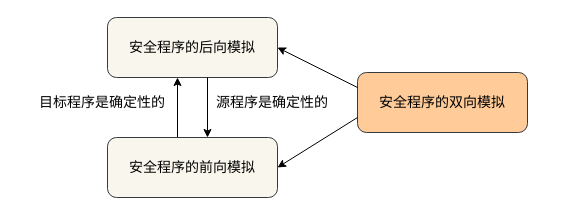
The draw.io diagram thesis/relation.drawio in ABigDoge/MyDiagrams, before the edit. Source tidied: cells renumbered, new cells numbered last; positions are measured from the earlier drawing's top-left corner, leaving out a move shared by most shapes. Both pictures are drawn from the tidied source at 100%, with x=0, y=0 at pixel (37, 17).
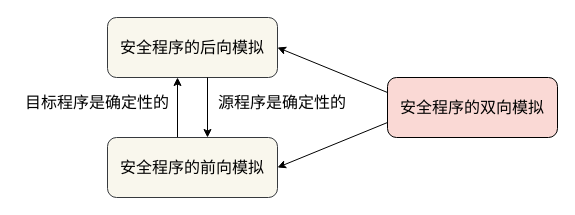
The same page after the edit.

Diff of the diagram source:
```diff
@@
 <mxGraphModel>
   <root>
     <mxCell id="0" />
     <mxCell id="1" parent="0" />
     <mxCell id="2" style="shape=connector;rounded=0;orthogonalLoop=1;jettySize=auto;html=1;labelBackgroundColor=default;strokeColor=default;align=center;verticalAlign=middle;fontFamily=Helvetica;fontSize=11;fontColor=default;endArrow=classic;" parent="1" edge="1">
       <mxGeometry relative="1" as="geometry">
         <mxPoint x="140" y="120" as="sourcePoint" />
         <mxPoint x="140" y="60" as="targetPoint" />
       </mxGeometry>
     </mxCell>
-    <mxCell id="3" value="&lt;font style=&quot;font-size: 14px;&quot;&gt;安全程序的前向模拟&lt;/font&gt;" style="rounded=1;whiteSpace=wrap;html=1;fillColor=#f9f7ed;strokeColor=#36393d;" parent="1" vertex="1">
+    <mxCell id="3" value="&lt;font style=&quot;font-size: 16px;&quot;&gt;安全程序的前向模拟&lt;/font&gt;" style="rounded=1;whiteSpace=wrap;html=1;fillColor=#f9f7ed;strokeColor=#36393d;" parent="1" vertex="1">
       <mxGeometry x="70" y="120" width="170" height="60" as="geometry" />
     </mxCell>
-    <mxCell id="4" value="&lt;font style=&quot;font-size: 14px;&quot;&gt;安全程序的后向模拟&lt;/font&gt;" style="rounded=1;whiteSpace=wrap;html=1;fillColor=#f9f7ed;strokeColor=#36393d;" parent="1" vertex="1">
+    <mxCell id="4" value="&lt;font style=&quot;font-size: 16px;&quot;&gt;安全程序的后向模拟&lt;/font&gt;" style="rounded=1;whiteSpace=wrap;html=1;fillColor=#f9f7ed;strokeColor=#36393d;" parent="1" vertex="1">
       <mxGeometry x="70" width="170" height="60" as="geometry" />
     </mxCell>
     <mxCell id="5" style="shape=connector;rounded=0;orthogonalLoop=1;jettySize=auto;html=1;labelBackgroundColor=default;strokeColor=default;align=center;verticalAlign=middle;fontFamily=Helvetica;fontSize=11;fontColor=default;endArrow=classic;" parent="1" edge="1">
       <mxGeometry relative="1" as="geometry">
         <mxPoint x="170" y="60" as="sourcePoint" />
         <mxPoint x="170" y="120" as="targetPoint" />
       </mxGeometry>
     </mxCell>
-    <mxCell id="6" value="&lt;font style=&quot;font-size: 14px;&quot;&gt;源程序是确定性的&lt;/font&gt;" style="text;html=1;strokeColor=none;fillColor=none;align=center;verticalAlign=middle;whiteSpace=wrap;rounded=0;fontSize=11;fontFamily=Helvetica;fontColor=default;" parent="1" vertex="1">
-      <mxGeometry x="170" y="70" width="130" height="30" as="geometry" />
+    <mxCell id="6" value="&lt;font style=&quot;font-size: 16px;&quot;&gt;源程序是确定性的&lt;/font&gt;" style="text;html=1;strokeColor=none;fillColor=none;align=center;verticalAlign=middle;whiteSpace=wrap;rounded=0;fontSize=11;fontFamily=Helvetica;fontColor=default;" parent="1" vertex="1">
+      <mxGeometry x="170" y="70" width="150" height="30" as="geometry" />
     </mxCell>
-    <mxCell id="7" value="&lt;font style=&quot;font-size: 14px;&quot;&gt;目标程序是确定性的&lt;/font&gt;" style="text;html=1;strokeColor=none;fillColor=none;align=center;verticalAlign=middle;whiteSpace=wrap;rounded=0;fontSize=11;fontFamily=Helvetica;fontColor=default;" parent="1" vertex="1">
-      <mxGeometry y="70" width="130" height="30" as="geometry" />
+    <mxCell id="7" value="&lt;font style=&quot;font-size: 16px;&quot;&gt;目标程序是确定性的&lt;/font&gt;" style="text;html=1;strokeColor=none;fillColor=none;align=center;verticalAlign=middle;whiteSpace=wrap;rounded=0;fontSize=11;fontFamily=Helvetica;fontColor=default;" parent="1" vertex="1">
+      <mxGeometry x="-20" y="70" width="160" height="30" as="geometry" />
     </mxCell>
-    <mxCell id="8" value="&lt;font style=&quot;font-size: 14px;&quot;&gt;安全程序的双向模拟&lt;/font&gt;" style="rounded=1;whiteSpace=wrap;html=1;fillColor=#ffcc99;strokeColor=#36393d;" parent="1" vertex="1">
-      <mxGeometry x="320" y="55" width="170" height="60" as="geometry" />
+    <mxCell id="8" value="&lt;font style=&quot;font-size: 16px;&quot;&gt;安全程序的双向模拟&lt;/font&gt;" style="rounded=1;whiteSpace=wrap;html=1;fillColor=#fad9d5;strokeColor=#000000;" parent="1" vertex="1">
+      <mxGeometry x="350" y="60" width="170" height="60" as="geometry" />
     </mxCell>
     <mxCell id="9" style="shape=connector;rounded=0;jettySize=auto;html=1;labelBackgroundColor=default;strokeColor=default;align=center;verticalAlign=middle;fontFamily=Helvetica;fontSize=11;fontColor=default;endArrow=classic;exitX=0;exitY=0.25;exitDx=0;exitDy=0;entryX=1;entryY=0.5;entryDx=0;entryDy=0;" parent="1" edge="1" source="8" target="4">
       <mxGeometry relative="1" as="geometry" />
     </mxCell>
     <mxCell id="10" style="shape=connector;rounded=0;jettySize=auto;html=1;labelBackgroundColor=default;strokeColor=default;align=center;verticalAlign=middle;fontFamily=Helvetica;fontSize=11;fontColor=default;endArrow=classic;exitX=0;exitY=0.75;exitDx=0;exitDy=0;entryX=1;entryY=0.5;entryDx=0;entryDy=0;" parent="1" edge="1" source="8" target="3">
       <mxGeometry relative="1" as="geometry" />
     </mxCell>
   </root>
 </mxGraphModel>
```
